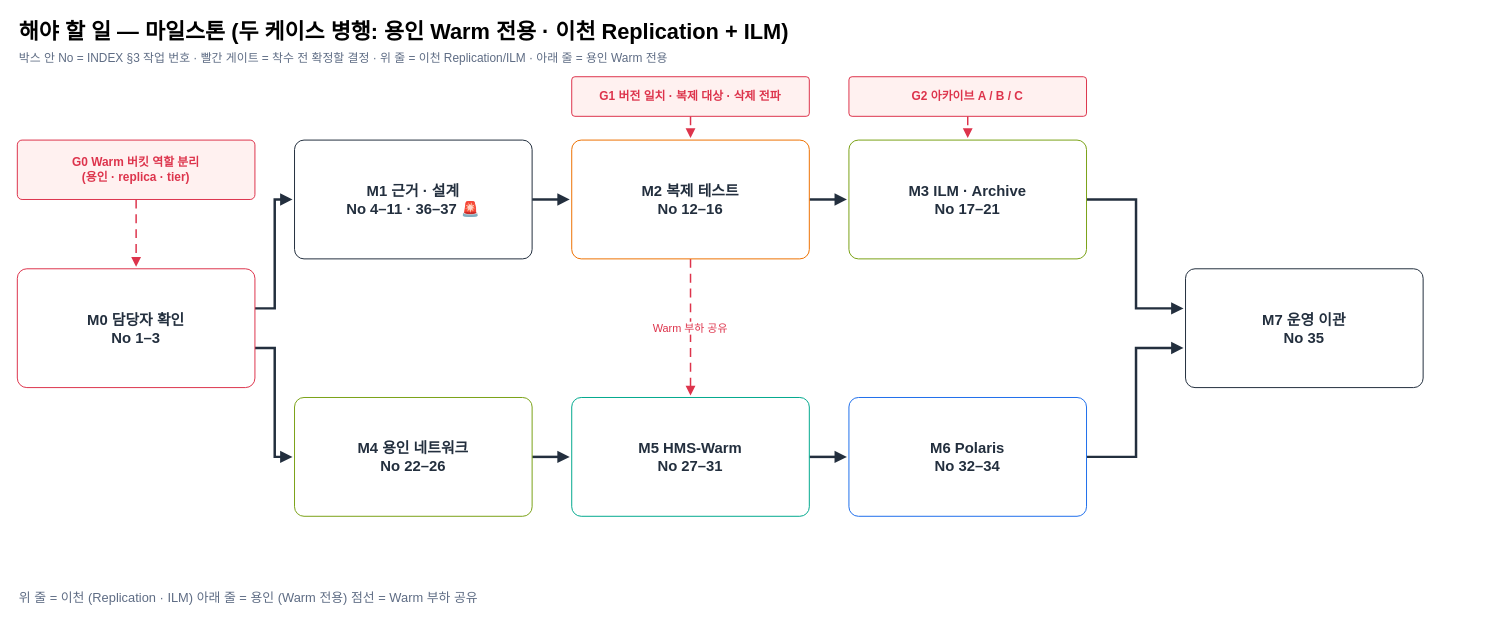
kronenz/fluent-bit keeps this draw.io diagram as docs/aistor-replication-review/diagrams/11-todo-milestones.drawio. Above is the earlier version. Source tidied: cells renumbered, new cells numbered last; positions are measured from the earlier drawing's top-left corner, leaving out a move shared by most shapes. Both pictures are drawn from the tidied source at 99%, with x=0, y=0 at pixel (17, 17).
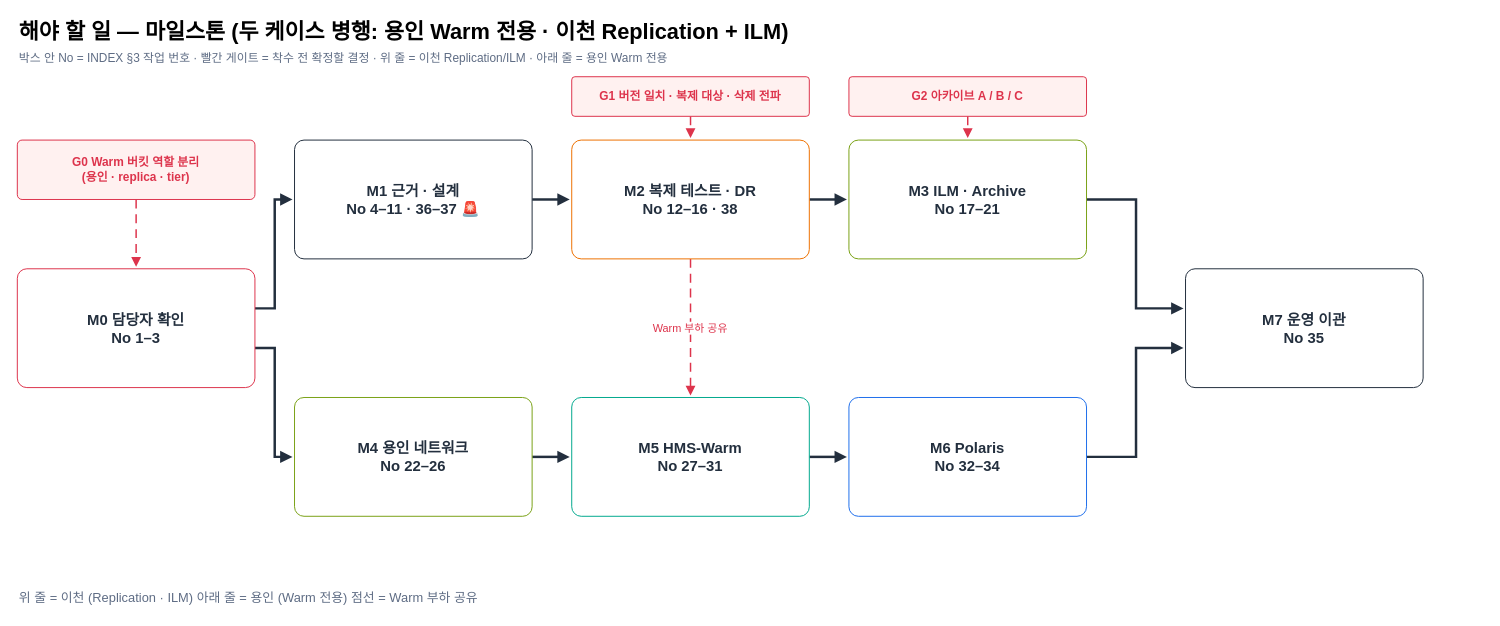
After the change.

The edit, as a diff of the source:
```diff
@@
-    <mxCell id="16" value="M2 복제 테스트&lt;br&gt;No 12–16" style="rounded=1;arcSize=8;whiteSpace=wrap;html=1;fillColor=#FFFFFF;strokeColor=#ED7100;fontSize=15;fontColor=#232F3E;fontStyle=1;align=center;spacing=6;" parent="1" vertex="1">
+    <mxCell id="16" value="M2 복제 테스트 · DR&lt;br&gt;No 12–16 · 38" style="rounded=1;arcSize=8;whiteSpace=wrap;html=1;fillColor=#FFFFFF;strokeColor=#ED7100;fontSize=15;fontColor=#232F3E;fontStyle=1;align=center;spacing=6;" parent="1" vertex="1">
       <mxGeometry x="560" y="124" width="240" height="120" as="geometry" />
     </mxCell>
```
